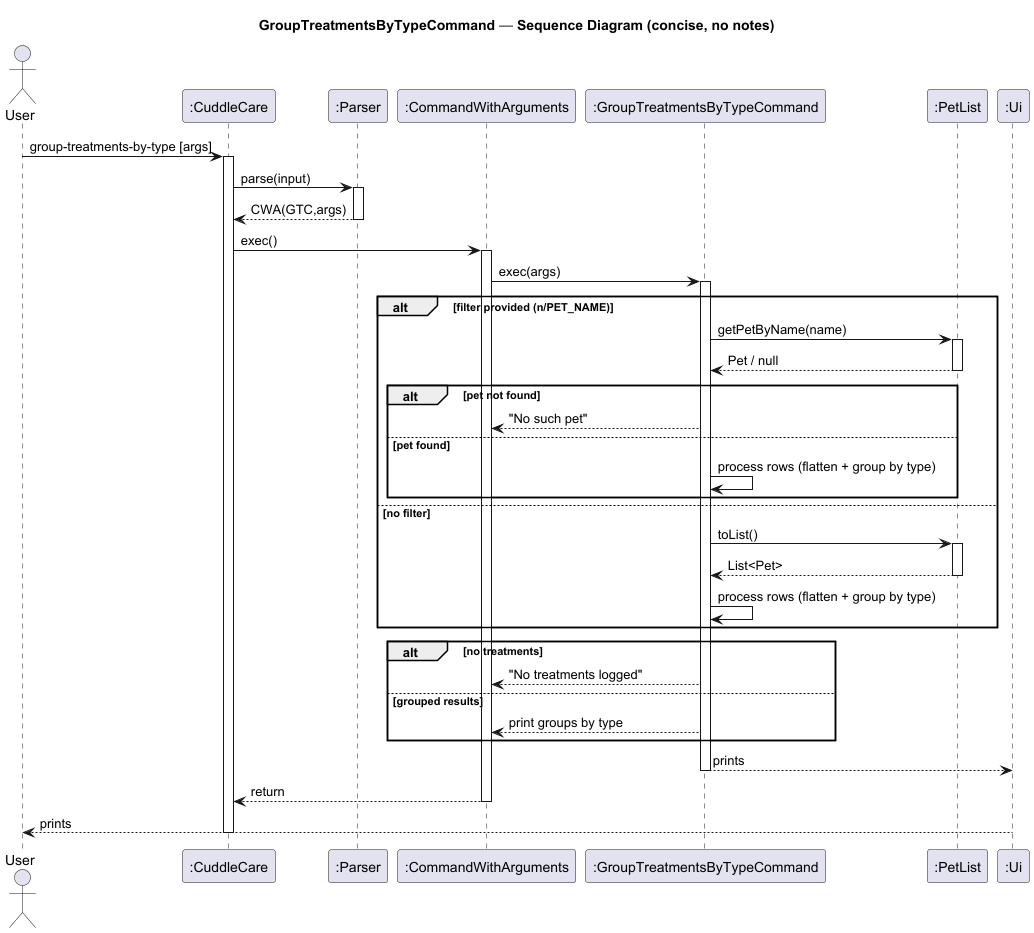
Before: docs/diagrams/GroupTreatmentsByTypeCommand_Sequence_Diagram.png, a diagram exported from PlantUML (Kevin88866/tp).
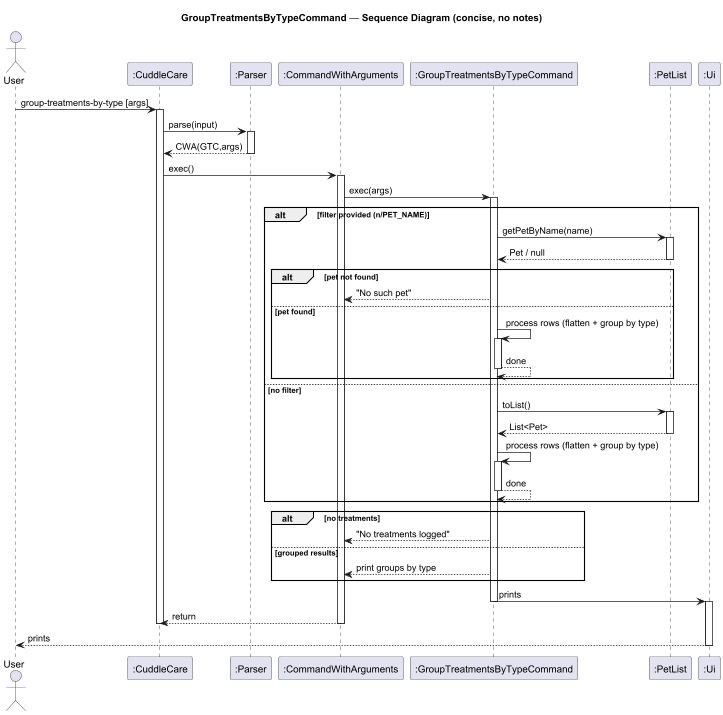
Later version of the same file.

Diff of the diagram source:
```diff
@@ -29,6 +29,9 @@
     GTC --> CWA : "No such pet"
   else pet found
     GTC -> GTC : process rows (flatten + group by type)
+    activate GTC
+    GTC --> GTC : done
+    deactivate GTC
   end
 else no filter
   GTC -> PetList : toList()
@@ -36,6 +39,9 @@
   PetList --> GTC : List<Pet>
   deactivate PetList
   GTC -> GTC : process rows (flatten + group by type)
+  activate GTC
+  GTC --> GTC : done
+  deactivate GTC
 end
 
 alt no treatments
@@ -43,11 +49,12 @@
 else grouped results
   GTC --> CWA : print groups by type
 end
-
-  GTC --> Ui : prints
+GTC -> Ui : prints
 deactivate GTC
+activate Ui
 CWA --> CuddleCare : return
 deactivate CWA
+deactivate CuddleCare
 Ui --> User : prints
-deactivate CuddleCare
+deactivate Ui
 @enduml
```
